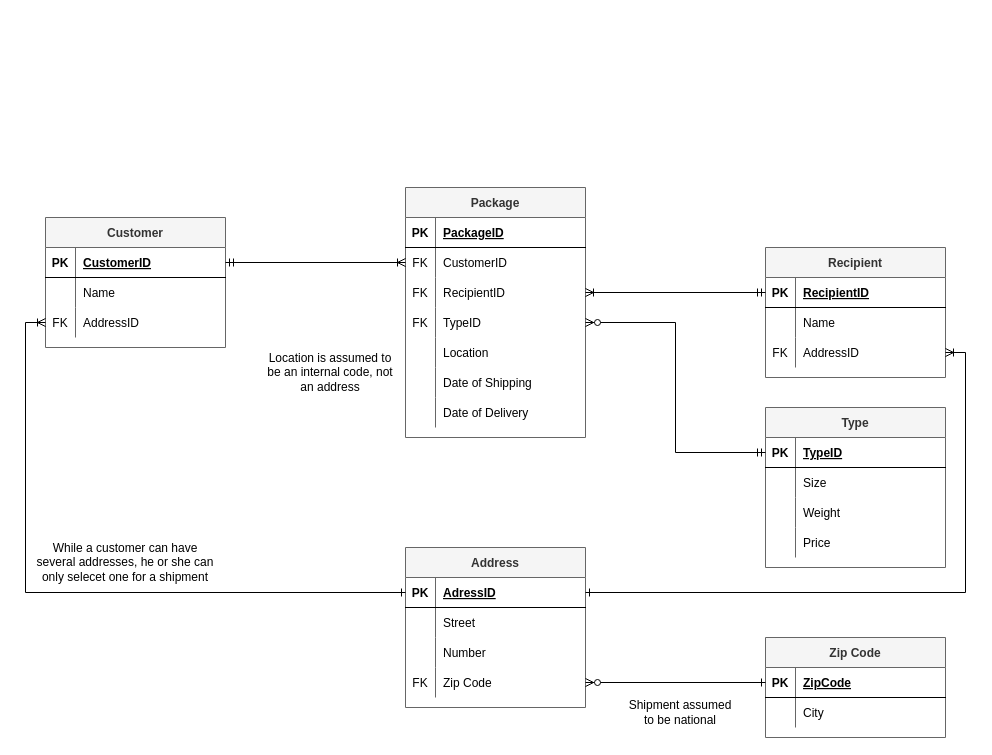
Before: page "Step-4" (4 of 5) of MailDeliveryServices.drawio in 20180912/CFLMS-Mark-CodeReview-09, a draw.io diagram. Source tidied: cells renumbered, new cells numbered last; positions are measured from the earlier drawing's top-left corner, leaving out a move shared by most shapes. Both pictures are drawn from the tidied source at 100%, with x=0, y=0 at pixel (35, 187).
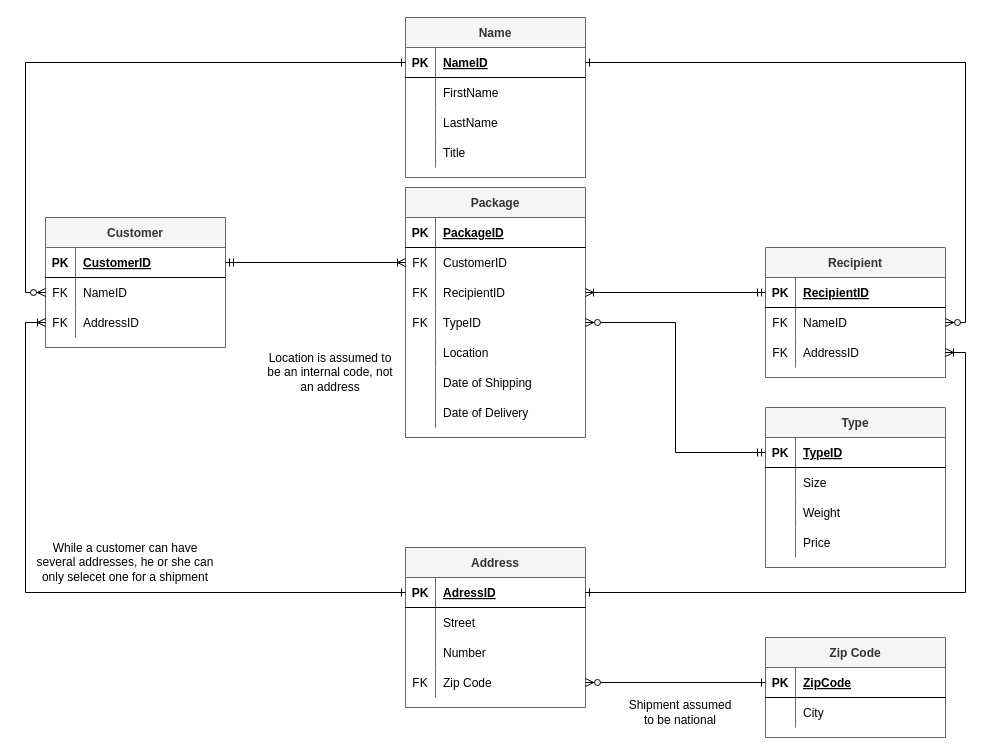
The same page after the edit.

Commit message:
Added bonus specification

Unchanged cells that the change refers to:
```xml
<mxCell id="28" style="shape=partialRectangle;fillColor=none;top=0;left=0;bottom=0;right=0;points=[[0,0.5],[1,0.5]];portConstraint=eastwest;" parent="24" vertex="1">
  <mxGeometry y="60" width="180" height="30" as="geometry" />
</mxCell>
<mxCell id="38" style="shape=partialRectangle;fillColor=none;top=0;left=0;bottom=0;right=0;points=[[0,0.5],[1,0.5]];portConstraint=eastwest;" parent="34" vertex="1">
  <mxGeometry y="60" width="180" height="30" as="geometry" />
</mxCell>
```

Change to the diagram source:
```diff
@@
-    <mxCell id="29" style="shape=partialRectangle;fillColor=none;top=0;left=0;bottom=0;right=0;overflow=hidden;" parent="28" vertex="1">
+    <mxCell id="29" value="FK" style="shape=partialRectangle;fillColor=none;top=0;left=0;bottom=0;right=0;overflow=hidden;" parent="28" vertex="1">
       <mxGeometry width="30" height="30" as="geometry" />
     </mxCell>
-    <mxCell id="30" value="Name" style="shape=partialRectangle;fillColor=none;top=0;left=0;bottom=0;right=0;align=left;spacingLeft=6;overflow=hidden;" parent="28" vertex="1">
+    <mxCell id="30" value="NameID" style="shape=partialRectangle;fillColor=none;top=0;left=0;bottom=0;right=0;align=left;spacingLeft=6;overflow=hidden;" parent="28" vertex="1">
       <mxGeometry x="30" width="150" height="30" as="geometry" />
     </mxCell>
@@
-    <mxCell id="39" style="shape=partialRectangle;fillColor=none;top=0;left=0;bottom=0;right=0;overflow=hidden;" parent="38" vertex="1">
+    <mxCell id="39" value="FK" style="shape=partialRectangle;fillColor=none;top=0;left=0;bottom=0;right=0;overflow=hidden;" parent="38" vertex="1">
       <mxGeometry width="30" height="30" as="geometry" />
     </mxCell>
-    <mxCell id="40" value="Name" style="shape=partialRectangle;fillColor=none;top=0;left=0;bottom=0;right=0;align=left;spacingLeft=6;overflow=hidden;" parent="38" vertex="1">
+    <mxCell id="40" value="NameID" style="shape=partialRectangle;fillColor=none;top=0;left=0;bottom=0;right=0;align=left;spacingLeft=6;overflow=hidden;" parent="38" vertex="1">
       <mxGeometry x="30" width="150" height="30" as="geometry" />
     </mxCell>
@@
+    <mxCell id="86" value="Name" style="shape=table;startSize=30;childLayout=tableLayout;rowLines=0;fontStyle=1;align=center;fillColor=#f5f5f5;strokeColor=#666666;fontColor=#333333;" parent="1" vertex="1">
+      <mxGeometry x="370" y="-170" width="180" height="160" as="geometry" />
+    </mxCell>
+    <mxCell id="87" style="shape=partialRectangle;fillColor=none;top=0;left=0;bottom=1;right=0;points=[[0,0.5],[1,0.5]];portConstraint=eastwest;" parent="86" vertex="1">
+      <mxGeometry y="30" width="180" height="30" as="geometry" />
+    </mxCell>
+    <mxCell id="88" value="PK" style="shape=partialRectangle;fillColor=none;top=0;left=0;bottom=0;right=0;fontStyle=1;overflow=hidden;" parent="87" vertex="1">
+      <mxGeometry width="30" height="30" as="geometry" />
+    </mxCell>
+    <mxCell id="89" value="NameID" style="shape=partialRectangle;fillColor=none;top=0;left=0;bottom=0;right=0;align=left;spacingLeft=6;fontStyle=5;overflow=hidden;" parent="87" vertex="1">
+      <mxGeometry x="30" width="150" height="30" as="geometry" />
+    </mxCell>
+    <mxCell id="90" style="shape=partialRectangle;fillColor=none;top=0;left=0;bottom=0;right=0;" parent="86" vertex="1">
+      <mxGeometry y="60" width="180" height="30" as="geometry" />
+    </mxCell>
+    <mxCell id="91" style="shape=partialRectangle;fillColor=none;top=0;left=0;bottom=0;right=0;overflow=hidden;" parent="90" vertex="1">
+      <mxGeometry width="30" height="30" as="geometry" />
+    </mxCell>
+    <mxCell id="92" value="FirstName" style="shape=partialRectangle;fillColor=none;top=0;left=0;bottom=0;right=0;align=left;spacingLeft=6;overflow=hidden;" parent="90" vertex="1">
+      <mxGeometry x="30" width="150" height="30" as="geometry" />
+    </mxCell>
+    <mxCell id="93" style="shape=partialRectangle;fillColor=none;top=0;left=0;bottom=0;right=0;" parent="86" vertex="1">
+      <mxGeometry y="90" width="180" height="30" as="geometry" />
+    </mxCell>
+    <mxCell id="94" style="shape=partialRectangle;fillColor=none;top=0;left=0;bottom=0;right=0;overflow=hidden;" parent="93" vertex="1">
+      <mxGeometry width="30" height="30" as="geometry" />
+    </mxCell>
+    <mxCell id="95" value="LastName" style="shape=partialRectangle;fillColor=none;top=0;left=0;bottom=0;right=0;align=left;spacingLeft=6;overflow=hidden;" parent="93" vertex="1">
+      <mxGeometry x="30" width="150" height="30" as="geometry" />
+    </mxCell>
+    <mxCell id="96" style="shape=partialRectangle;fillColor=none;top=0;left=0;bottom=0;right=0;" parent="86" vertex="1">
+      <mxGeometry y="120" width="180" height="30" as="geometry" />
+    </mxCell>
+    <mxCell id="97" style="shape=partialRectangle;fillColor=none;top=0;left=0;bottom=0;right=0;overflow=hidden;" parent="96" vertex="1">
+      <mxGeometry width="30" height="30" as="geometry" />
+    </mxCell>
+    <mxCell id="98" value="Title" style="shape=partialRectangle;fillColor=none;top=0;left=0;bottom=0;right=0;align=left;spacingLeft=6;overflow=hidden;" parent="96" vertex="1">
+      <mxGeometry x="30" width="150" height="30" as="geometry" />
+    </mxCell>
+    <mxCell id="99" style="edgeStyle=orthogonalEdgeStyle;rounded=0;jettySize=auto;html=1;exitX=0;exitY=0.5;exitDx=0;exitDy=0;entryX=0;entryY=0.5;entryDx=0;entryDy=0;startArrow=ERzeroToMany;startFill=1;endArrow=ERone;endFill=0;" parent="1" edge="1" source="28" target="87">
+      <mxGeometry relative="1" as="geometry" />
+    </mxCell>
+    <mxCell id="100" style="edgeStyle=orthogonalEdgeStyle;rounded=0;jettySize=auto;html=1;exitX=1;exitY=0.5;exitDx=0;exitDy=0;entryX=1;entryY=0.5;entryDx=0;entryDy=0;startArrow=ERzeroToMany;startFill=1;endArrow=ERone;endFill=0;" parent="1" edge="1" source="38" target="87">
+      <mxGeometry relative="1" as="geometry" />
+    </mxCell>
```
